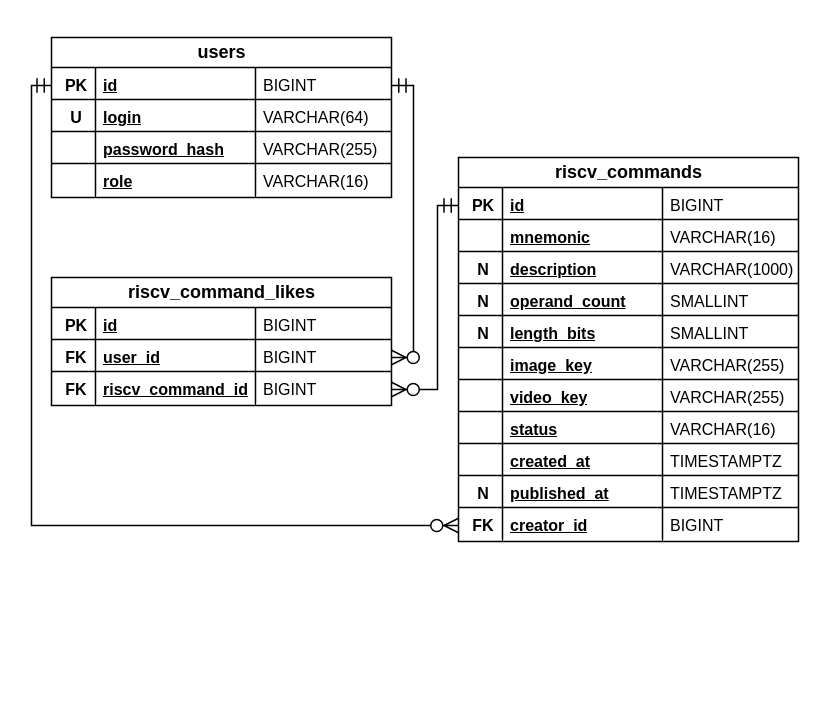
Nisakoo/RISC-V-Application-backend keeps this draw.io diagram as docs/ER.drawio. Above is the earlier version. Source tidied: cells renumbered, new cells numbered last; positions are measured from the earlier drawing's top-left corner, leaving out a move shared by most shapes. Both pictures are drawn from the tidied source at 100%, with x=0, y=0 at pixel (31, 37).
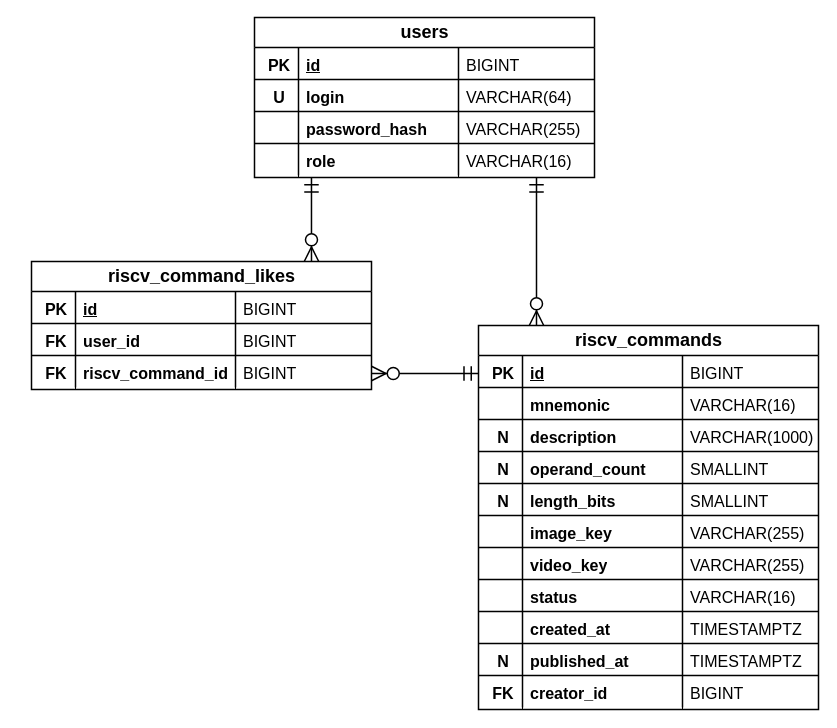
After the change.

Commit message (it also covers changes not shown here):
docs: straighten ER and class diagram links

The change refers to these unchanged cells:
```xml
<mxCell id="3" style="shape=tableRow;horizontal=0;startSize=0;swimlaneHead=0;swimlaneBody=0;fillColor=none;points=[[0,0.5],[1,0.5]];portConstraint=eastwest;top=0;left=0;right=0;bottom=0;html=1;" parent="2" vertex="1">
  <mxGeometry y="32" width="340" height="32" as="geometry" />
</mxCell>
<mxCell id="7" style="shape=tableRow;horizontal=0;startSize=0;swimlaneHead=0;swimlaneBody=0;fillColor=none;top=0;left=0;right=0;bottom=0;html=1;" parent="2" vertex="1">
  <mxGeometry y="64" width="340" height="32" as="geometry" />
</mxCell>
<mxCell id="11" style="shape=tableRow;horizontal=0;startSize=0;swimlaneHead=0;swimlaneBody=0;fillColor=none;top=0;left=0;right=0;bottom=0;html=1;" parent="2" vertex="1">
  <mxGeometry y="96" width="340" height="32" as="geometry" />
</mxCell>
<mxCell id="15" style="shape=tableRow;horizontal=0;startSize=0;swimlaneHead=0;swimlaneBody=0;fillColor=none;top=0;left=0;right=0;bottom=0;html=1;" parent="2" vertex="1">
  <mxGeometry y="128" width="340" height="32" as="geometry" />
</mxCell>
<mxCell id="20" style="shape=tableRow;horizontal=0;startSize=0;swimlaneHead=0;swimlaneBody=0;fillColor=none;points=[[0,0.5],[1,0.5]];portConstraint=eastwest;top=0;left=0;right=0;bottom=0;html=1;" parent="19" vertex="1">
  <mxGeometry y="32" width="340" height="32" as="geometry" />
</mxCell>
<mxCell id="24" style="shape=tableRow;horizontal=0;startSize=0;swimlaneHead=0;swimlaneBody=0;fillColor=none;top=0;left=0;right=0;bottom=0;html=1;" parent="19" vertex="1">
  <mxGeometry y="64" width="340" height="32" as="geometry" />
</mxCell>
<mxCell id="28" style="shape=tableRow;horizontal=0;startSize=0;swimlaneHead=0;swimlaneBody=0;fillColor=none;top=0;left=0;right=0;bottom=0;html=1;" parent="19" vertex="1">
  <mxGeometry y="96" width="340" height="32" as="geometry" />
</mxCell>
<mxCell id="32" style="shape=tableRow;horizontal=0;startSize=0;swimlaneHead=0;swimlaneBody=0;fillColor=none;top=0;left=0;right=0;bottom=0;html=1;" parent="19" vertex="1">
  <mxGeometry y="128" width="340" height="32" as="geometry" />
</mxCell>
<mxCell id="36" style="shape=tableRow;horizontal=0;startSize=0;swimlaneHead=0;swimlaneBody=0;fillColor=none;top=0;left=0;right=0;bottom=0;html=1;" parent="19" vertex="1">
  <mxGeometry y="160" width="340" height="32" as="geometry" />
</mxCell>
<mxCell id="40" style="shape=tableRow;horizontal=0;startSize=0;swimlaneHead=0;swimlaneBody=0;fillColor=none;top=0;left=0;right=0;bottom=0;html=1;" parent="19" vertex="1">
  <mxGeometry y="192" width="340" height="32" as="geometry" />
</mxCell>
<mxCell id="44" style="shape=tableRow;horizontal=0;startSize=0;swimlaneHead=0;swimlaneBody=0;fillColor=none;top=0;left=0;right=0;bottom=0;html=1;" parent="19" vertex="1">
  <mxGeometry y="224" width="340" height="32" as="geometry" />
</mxCell>
<mxCell id="48" style="shape=tableRow;horizontal=0;startSize=0;swimlaneHead=0;swimlaneBody=0;fillColor=none;top=0;left=0;right=0;bottom=0;html=1;" parent="19" vertex="1">
  <mxGeometry y="256" width="340" height="32" as="geometry" />
</mxCell>
<mxCell id="52" style="shape=tableRow;horizontal=0;startSize=0;swimlaneHead=0;swimlaneBody=0;fillColor=none;top=0;left=0;right=0;bottom=0;html=1;" parent="19" vertex="1">
  <mxGeometry y="288" width="340" height="32" as="geometry" />
</mxCell>
<mxCell id="56" style="shape=tableRow;horizontal=0;startSize=0;swimlaneHead=0;swimlaneBody=0;fillColor=none;top=0;left=0;right=0;bottom=0;html=1;" parent="19" vertex="1">
  <mxGeometry y="320" width="340" height="32" as="geometry" />
</mxCell>
<mxCell id="60" style="shape=tableRow;horizontal=0;startSize=0;swimlaneHead=0;swimlaneBody=0;fillColor=none;points=[[0,0.5],[1,0.5]];portConstraint=eastwest;top=0;left=0;right=0;bottom=0;html=1;" parent="19" vertex="1">
  <mxGeometry y="352" width="340" height="32" as="geometry" />
</mxCell>
<mxCell id="69" style="shape=tableRow;horizontal=0;startSize=0;swimlaneHead=0;swimlaneBody=0;fillColor=none;points=[[0,0.5],[1,0.5]];portConstraint=eastwest;top=0;left=0;right=0;bottom=0;html=1;" parent="64" vertex="1">
  <mxGeometry y="64" width="340" height="32" as="geometry" />
</mxCell>
<mxCell id="73" style="shape=tableRow;horizontal=0;startSize=0;swimlaneHead=0;swimlaneBody=0;fillColor=none;points=[[0,0.5],[1,0.5]];portConstraint=eastwest;top=0;left=0;right=0;bottom=0;html=1;" parent="64" vertex="1">
  <mxGeometry y="96" width="340" height="32" as="geometry" />
</mxCell>
```

Diff of the diagram source:
```diff
@@
     <mxCell id="2" value="users" style="shape=table;startSize=30;childLayout=tableLayout;rowLines=1;fontStyle=1;align=center;html=1;fillColor=#FFFFFF;strokeColor=#000000;strokeWidth=1.5;fontFamily=Arial;fontColor=#000000;fontSize=18;" parent="1" vertex="1">
-      <mxGeometry x="20" width="340" height="160" as="geometry" />
+      <mxGeometry x="223" y="-20" width="340" height="160" as="geometry" />
     </mxCell>
@@
-    <mxCell id="9" value="login" style="shape=partialRectangle;fillColor=none;top=0;left=0;bottom=0;right=1;align=left;spacingLeft=6;overflow=hidden;html=1;whiteSpace=wrap;fontFamily=Arial;fontColor=#000000;fontSize=16;fontStyle=5;" parent="7" vertex="1">
+    <mxCell id="9" value="login" style="shape=partialRectangle;fillColor=none;top=0;left=0;bottom=0;right=1;align=left;spacingLeft=6;overflow=hidden;html=1;whiteSpace=wrap;fontFamily=Arial;fontColor=#000000;fontSize=16;fontStyle=1;" parent="7" vertex="1">
       <mxGeometry x="44" width="160" height="32" as="geometry" />
     </mxCell>
@@
-    <mxCell id="13" value="password_hash" style="shape=partialRectangle;fillColor=none;top=0;left=0;bottom=0;right=1;align=left;spacingLeft=6;overflow=hidden;html=1;whiteSpace=wrap;fontFamily=Arial;fontColor=#000000;fontSize=16;fontStyle=5;" parent="11" vertex="1">
+    <mxCell id="13" value="password_hash" style="shape=partialRectangle;fillColor=none;top=0;left=0;bottom=0;right=1;align=left;spacingLeft=6;overflow=hidden;html=1;whiteSpace=wrap;fontFamily=Arial;fontColor=#000000;fontSize=16;fontStyle=1;" parent="11" vertex="1">
       <mxGeometry x="44" width="160" height="32" as="geometry" />
     </mxCell>
@@
-    <mxCell id="17" value="role" style="shape=partialRectangle;fillColor=none;top=0;left=0;bottom=0;right=1;align=left;spacingLeft=6;overflow=hidden;html=1;whiteSpace=wrap;fontFamily=Arial;fontColor=#000000;fontSize=16;fontStyle=5;" parent="15" vertex="1">
+    <mxCell id="17" value="role" style="shape=partialRectangle;fillColor=none;top=0;left=0;bottom=0;right=1;align=left;spacingLeft=6;overflow=hidden;html=1;whiteSpace=wrap;fontFamily=Arial;fontColor=#000000;fontSize=16;fontStyle=1;" parent="15" vertex="1">
       <mxGeometry x="44" width="160" height="32" as="geometry" />
     </mxCell>
@@
     <mxCell id="19" value="riscv_commands" style="shape=table;startSize=30;childLayout=tableLayout;rowLines=1;fontStyle=1;align=center;html=1;fillColor=#FFFFFF;strokeColor=#000000;strokeWidth=1.5;fontFamily=Arial;fontColor=#000000;fontSize=18;" parent="1" vertex="1">
-      <mxGeometry x="427" y="120" width="340" height="384" as="geometry" />
+      <mxGeometry x="447" y="288" width="340" height="384" as="geometry" />
     </mxCell>
@@
-    <mxCell id="26" value="mnemonic" style="shape=partialRectangle;fillColor=none;top=0;left=0;bottom=0;right=1;align=left;spacingLeft=6;overflow=hidden;html=1;whiteSpace=wrap;fontFamily=Arial;fontColor=#000000;fontSize=16;fontStyle=5;" parent="24" vertex="1">
+    <mxCell id="26" value="mnemonic" style="shape=partialRectangle;fillColor=none;top=0;left=0;bottom=0;right=1;align=left;spacingLeft=6;overflow=hidden;html=1;whiteSpace=wrap;fontFamily=Arial;fontColor=#000000;fontSize=16;fontStyle=1;" parent="24" vertex="1">
       <mxGeometry x="44" width="160" height="32" as="geometry" />
     </mxCell>
@@
-    <mxCell id="30" value="description" style="shape=partialRectangle;fillColor=none;top=0;left=0;bottom=0;right=1;align=left;spacingLeft=6;overflow=hidden;html=1;whiteSpace=wrap;fontFamily=Arial;fontColor=#000000;fontSize=16;fontStyle=5;" parent="28" vertex="1">
+    <mxCell id="30" value="description" style="shape=partialRectangle;fillColor=none;top=0;left=0;bottom=0;right=1;align=left;spacingLeft=6;overflow=hidden;html=1;whiteSpace=wrap;fontFamily=Arial;fontColor=#000000;fontSize=16;fontStyle=1;" parent="28" vertex="1">
       <mxGeometry x="44" width="160" height="32" as="geometry" />
     </mxCell>
@@
-    <mxCell id="34" value="operand_count" style="shape=partialRectangle;fillColor=none;top=0;left=0;bottom=0;right=1;align=left;spacingLeft=6;overflow=hidden;html=1;whiteSpace=wrap;fontFamily=Arial;fontColor=#000000;fontSize=16;fontStyle=5;" parent="32" vertex="1">
+    <mxCell id="34" value="operand_count" style="shape=partialRectangle;fillColor=none;top=0;left=0;bottom=0;right=1;align=left;spacingLeft=6;overflow=hidden;html=1;whiteSpace=wrap;fontFamily=Arial;fontColor=#000000;fontSize=16;fontStyle=1;" parent="32" vertex="1">
       <mxGeometry x="44" width="160" height="32" as="geometry" />
     </mxCell>
@@
-    <mxCell id="38" value="length_bits" style="shape=partialRectangle;fillColor=none;top=0;left=0;bottom=0;right=1;align=left;spacingLeft=6;overflow=hidden;html=1;whiteSpace=wrap;fontFamily=Arial;fontColor=#000000;fontSize=16;fontStyle=5;" parent="36" vertex="1">
+    <mxCell id="38" value="length_bits" style="shape=partialRectangle;fillColor=none;top=0;left=0;bottom=0;right=1;align=left;spacingLeft=6;overflow=hidden;html=1;whiteSpace=wrap;fontFamily=Arial;fontColor=#000000;fontSize=16;fontStyle=1;" parent="36" vertex="1">
       <mxGeometry x="44" width="160" height="32" as="geometry" />
     </mxCell>
@@
-    <mxCell id="42" value="image_key" style="shape=partialRectangle;fillColor=none;top=0;left=0;bottom=0;right=1;align=left;spacingLeft=6;overflow=hidden;html=1;whiteSpace=wrap;fontFamily=Arial;fontColor=#000000;fontSize=16;fontStyle=5;" parent="40" vertex="1">
+    <mxCell id="42" value="image_key" style="shape=partialRectangle;fillColor=none;top=0;left=0;bottom=0;right=1;align=left;spacingLeft=6;overflow=hidden;html=1;whiteSpace=wrap;fontFamily=Arial;fontColor=#000000;fontSize=16;fontStyle=1;" parent="40" vertex="1">
       <mxGeometry x="44" width="160" height="32" as="geometry" />
     </mxCell>
@@
-    <mxCell id="46" value="video_key" style="shape=partialRectangle;fillColor=none;top=0;left=0;bottom=0;right=1;align=left;spacingLeft=6;overflow=hidden;html=1;whiteSpace=wrap;fontFamily=Arial;fontColor=#000000;fontSize=16;fontStyle=5;" parent="44" vertex="1">
+    <mxCell id="46" value="video_key" style="shape=partialRectangle;fillColor=none;top=0;left=0;bottom=0;right=1;align=left;spacingLeft=6;overflow=hidden;html=1;whiteSpace=wrap;fontFamily=Arial;fontColor=#000000;fontSize=16;fontStyle=1;" parent="44" vertex="1">
       <mxGeometry x="44" width="160" height="32" as="geometry" />
     </mxCell>
@@
-    <mxCell id="50" value="status" style="shape=partialRectangle;fillColor=none;top=0;left=0;bottom=0;right=1;align=left;spacingLeft=6;overflow=hidden;html=1;whiteSpace=wrap;fontFamily=Arial;fontColor=#000000;fontSize=16;fontStyle=5;" parent="48" vertex="1">
+    <mxCell id="50" value="status" style="shape=partialRectangle;fillColor=none;top=0;left=0;bottom=0;right=1;align=left;spacingLeft=6;overflow=hidden;html=1;whiteSpace=wrap;fontFamily=Arial;fontColor=#000000;fontSize=16;fontStyle=1;" parent="48" vertex="1">
       <mxGeometry x="44" width="160" height="32" as="geometry" />
     </mxCell>
@@
-    <mxCell id="54" value="created_at" style="shape=partialRectangle;fillColor=none;top=0;left=0;bottom=0;right=1;align=left;spacingLeft=6;overflow=hidden;html=1;whiteSpace=wrap;fontFamily=Arial;fontColor=#000000;fontSize=16;fontStyle=5;" parent="52" vertex="1">
+    <mxCell id="54" value="created_at" style="shape=partialRectangle;fillColor=none;top=0;left=0;bottom=0;right=1;align=left;spacingLeft=6;overflow=hidden;html=1;whiteSpace=wrap;fontFamily=Arial;fontColor=#000000;fontSize=16;fontStyle=1;" parent="52" vertex="1">
       <mxGeometry x="44" width="160" height="32" as="geometry" />
     </mxCell>
@@
-    <mxCell id="58" value="published_at" style="shape=partialRectangle;fillColor=none;top=0;left=0;bottom=0;right=1;align=left;spacingLeft=6;overflow=hidden;html=1;whiteSpace=wrap;fontFamily=Arial;fontColor=#000000;fontSize=16;fontStyle=5;" parent="56" vertex="1">
+    <mxCell id="58" value="published_at" style="shape=partialRectangle;fillColor=none;top=0;left=0;bottom=0;right=1;align=left;spacingLeft=6;overflow=hidden;html=1;whiteSpace=wrap;fontFamily=Arial;fontColor=#000000;fontSize=16;fontStyle=1;" parent="56" vertex="1">
       <mxGeometry x="44" width="160" height="32" as="geometry" />
     </mxCell>
@@
-    <mxCell id="62" value="creator_id" style="shape=partialRectangle;fillColor=none;top=0;left=0;bottom=0;right=1;align=left;spacingLeft=6;overflow=hidden;html=1;whiteSpace=wrap;fontFamily=Arial;fontColor=#000000;fontSize=16;fontStyle=5;" parent="60" vertex="1">
+    <mxCell id="62" value="creator_id" style="shape=partialRectangle;fillColor=none;top=0;left=0;bottom=0;right=1;align=left;spacingLeft=6;overflow=hidden;html=1;whiteSpace=wrap;fontFamily=Arial;fontColor=#000000;fontSize=16;fontStyle=1;" parent="60" vertex="1">
       <mxGeometry x="44" width="160" height="32" as="geometry" />
     </mxCell>
@@
     <mxCell id="64" value="riscv_command_likes" style="shape=table;startSize=30;childLayout=tableLayout;rowLines=1;fontStyle=1;align=center;html=1;fillColor=#FFFFFF;strokeColor=#000000;strokeWidth=1.5;fontFamily=Arial;fontColor=#000000;fontSize=18;" parent="1" vertex="1">
-      <mxGeometry x="20" y="240" width="340" height="128" as="geometry" />
+      <mxGeometry y="224" width="340" height="128" as="geometry" />
     </mxCell>
@@
-    <mxCell id="71" value="user_id" style="shape=partialRectangle;fillColor=none;top=0;left=0;bottom=0;right=1;align=left;spacingLeft=6;overflow=hidden;html=1;whiteSpace=wrap;fontFamily=Arial;fontColor=#000000;fontSize=16;fontStyle=5;" parent="69" vertex="1">
+    <mxCell id="71" value="user_id" style="shape=partialRectangle;fillColor=none;top=0;left=0;bottom=0;right=1;align=left;spacingLeft=6;overflow=hidden;html=1;whiteSpace=wrap;fontFamily=Arial;fontColor=#000000;fontSize=16;fontStyle=1;" parent="69" vertex="1">
       <mxGeometry x="44" width="160" height="32" as="geometry" />
     </mxCell>
@@
-    <mxCell id="75" value="riscv_command_id" style="shape=partialRectangle;fillColor=none;top=0;left=0;bottom=0;right=1;align=left;spacingLeft=6;overflow=hidden;html=1;whiteSpace=wrap;fontFamily=Arial;fontColor=#000000;fontSize=16;fontStyle=5;" parent="73" vertex="1">
+    <mxCell id="75" value="riscv_command_id" style="shape=partialRectangle;fillColor=none;top=0;left=0;bottom=0;right=1;align=left;spacingLeft=6;overflow=hidden;html=1;whiteSpace=wrap;fontFamily=Arial;fontColor=#000000;fontSize=16;fontStyle=1;" parent="73" vertex="1">
       <mxGeometry x="44" width="160" height="32" as="geometry" />
     </mxCell>
@@
-    <mxCell id="77" style="edgeStyle=orthogonalEdgeStyle;rounded=0;fontSize=16;html=1;endArrow=ERzeroToMany;startArrow=ERmandOne;endSize=12;startSize=12;strokeColor=#000000;strokeWidth=1.5;fontFamily=Arial;fontColor=#000000;labelBackgroundColor=#FFFFFF;exitX=0;exitY=0.5;exitDx=0;exitDy=0;entryX=0;entryY=0.5;entryDx=0;entryDy=0;" parent="1" edge="1" source="3" target="60">
-      <mxGeometry relative="1" as="geometry">
-        <Array as="points">
-          <mxPoint y="48" />
-          <mxPoint y="488" />
-        </Array>
-      </mxGeometry>
+    <mxCell id="77" style="rounded=0;fontSize=16;html=1;endArrow=ERzeroToMany;startArrow=ERmandOne;endSize=12;startSize=12;strokeColor=#000000;strokeWidth=1.5;fontFamily=Arial;fontColor=#000000;labelBackgroundColor=#FFFFFF;exitX=0.8294;exitY=1;exitDx=0;exitDy=0;entryX=0.1706;entryY=0;entryDx=0;entryDy=0;" parent="1" edge="1" source="2" target="19">
+      <mxGeometry relative="1" as="geometry" />
     </mxCell>
-    <mxCell id="78" style="edgeStyle=orthogonalEdgeStyle;rounded=0;fontSize=16;html=1;endArrow=ERzeroToMany;startArrow=ERmandOne;endSize=12;startSize=12;strokeColor=#000000;strokeWidth=1.5;fontFamily=Arial;fontColor=#000000;labelBackgroundColor=#FFFFFF;exitX=1;exitY=0.5;exitDx=0;exitDy=0;entryX=1;entryY=0.5;entryDx=0;entryDy=0;" parent="1" edge="1" source="3" target="69">
-      <mxGeometry relative="1" as="geometry">
-        <Array as="points">
-          <mxPoint x="382" y="48" />
-          <mxPoint x="382" y="320" />
-        </Array>
-      </mxGeometry>
+    <mxCell id="78" style="rounded=0;fontSize=16;html=1;endArrow=ERzeroToMany;startArrow=ERmandOne;endSize=12;startSize=12;strokeColor=#000000;strokeWidth=1.5;fontFamily=Arial;fontColor=#000000;labelBackgroundColor=#FFFFFF;exitX=0.1676;exitY=1;exitDx=0;exitDy=0;entryX=0.8235;entryY=0;entryDx=0;entryDy=0;" parent="1" edge="1" source="2" target="64">
+      <mxGeometry relative="1" as="geometry" />
     </mxCell>
-    <mxCell id="79" style="edgeStyle=orthogonalEdgeStyle;rounded=0;fontSize=16;html=1;endArrow=ERzeroToMany;startArrow=ERmandOne;endSize=12;startSize=12;strokeColor=#000000;strokeWidth=1.5;fontFamily=Arial;fontColor=#000000;labelBackgroundColor=#FFFFFF;exitX=0;exitY=0.5;exitDx=0;exitDy=0;entryX=1;entryY=0.5;entryDx=0;entryDy=0;" parent="1" edge="1" source="20" target="73">
-      <mxGeometry relative="1" as="geometry">
-        <Array as="points">
-          <mxPoint x="406" y="168" />
-          <mxPoint x="406" y="352" />
-        </Array>
-      </mxGeometry>
+    <mxCell id="79" style="rounded=0;fontSize=16;html=1;endArrow=ERzeroToMany;startArrow=ERmandOne;endSize=12;startSize=12;strokeColor=#000000;strokeWidth=1.5;fontFamily=Arial;fontColor=#000000;labelBackgroundColor=#FFFFFF;exitX=0;exitY=0.5;exitDx=0;exitDy=0;entryX=1;entryY=0.5;entryDx=0;entryDy=0;" parent="1" edge="1" source="20" target="73">
+      <mxGeometry relative="1" as="geometry" />
     </mxCell>
```
